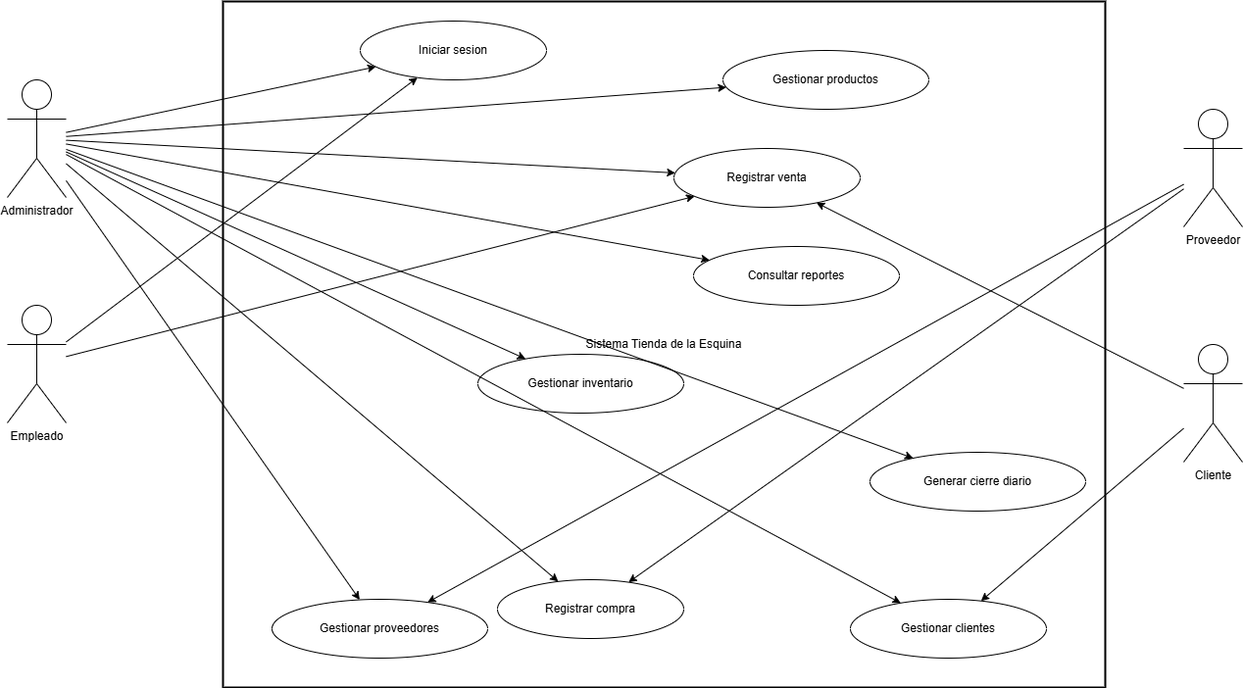
The draw.io diagram docs-site/img/01-casos-uso-general.drawio.png in AYPG2023/tienda-esquina-system-analysis, before a commit. Source tidied: cells renumbered, new cells last; positions are measured from the earlier drawing's top-left corner, leaving out a move shared by most shapes. Source of this version:
```xml
<mxGraphModel>
  <root>
    <mxCell id="0" />
    <mxCell id="1" parent="0" />
    <mxCell id="2" value="Sistema Tienda de la Esquina" style="rounded=0;whiteSpace=wrap;html=1;strokeWidth=2;" parent="1" vertex="1">
      <mxGeometry x="220" width="900" height="700" as="geometry" />
    </mxCell>
    <mxCell id="3" value="Administrador" style="shape=umlActor;verticalLabelPosition=bottom;verticalAlign=top;html=1;" parent="1" vertex="1">
      <mxGeometry y="80" width="60" height="120" as="geometry" />
    </mxCell>
    <mxCell id="4" value="Empleado" style="shape=umlActor;verticalLabelPosition=bottom;verticalAlign=top;html=1;" parent="1" vertex="1">
      <mxGeometry y="310" width="60" height="120" as="geometry" />
    </mxCell>
    <mxCell id="5" value="Proveedor" style="shape=umlActor;verticalLabelPosition=bottom;verticalAlign=top;html=1;" parent="1" vertex="1">
      <mxGeometry x="1200" y="110" width="60" height="120" as="geometry" />
    </mxCell>
    <mxCell id="6" value="Cliente" style="shape=umlActor;verticalLabelPosition=bottom;verticalAlign=top;html=1;" parent="1" vertex="1">
      <mxGeometry x="1200" y="350" width="60" height="120" as="geometry" />
    </mxCell>
    <mxCell id="7" value="Iniciar sesion" style="ellipse;whiteSpace=wrap;html=1;" parent="1" vertex="1">
      <mxGeometry x="360" y="20" width="190" height="60" as="geometry" />
    </mxCell>
    <mxCell id="8" value="Gestionar productos" style="ellipse;whiteSpace=wrap;html=1;" parent="1" vertex="1">
      <mxGeometry x="730" y="50" width="210" height="60" as="geometry" />
    </mxCell>
    <mxCell id="9" value="Gestionar inventario" style="ellipse;whiteSpace=wrap;html=1;" parent="1" vertex="1">
      <mxGeometry x="480" y="360" width="210" height="60" as="geometry" />
    </mxCell>
    <mxCell id="10" value="Registrar compra" style="ellipse;whiteSpace=wrap;html=1;" parent="1" vertex="1">
      <mxGeometry x="500" y="590" width="190" height="60" as="geometry" />
    </mxCell>
    <mxCell id="11" value="Registrar venta" style="ellipse;whiteSpace=wrap;html=1;" parent="1" vertex="1">
      <mxGeometry x="680" y="150" width="190" height="60" as="geometry" />
    </mxCell>
    <mxCell id="12" value="Consultar reportes" style="ellipse;whiteSpace=wrap;html=1;" parent="1" vertex="1">
      <mxGeometry x="700" y="250" width="210" height="60" as="geometry" />
    </mxCell>
    <mxCell id="13" value="Generar cierre diario" style="ellipse;whiteSpace=wrap;html=1;" parent="1" vertex="1">
      <mxGeometry x="880" y="460" width="220" height="60" as="geometry" />
    </mxCell>
    <mxCell id="14" value="Gestionar clientes" style="ellipse;whiteSpace=wrap;html=1;" parent="1" vertex="1">
      <mxGeometry x="860" y="610" width="200" height="60" as="geometry" />
    </mxCell>
    <mxCell id="15" value="Gestionar proveedores" style="ellipse;whiteSpace=wrap;html=1;" parent="1" vertex="1">
      <mxGeometry x="270" y="610" width="220" height="60" as="geometry" />
    </mxCell>
    <mxCell id="16" parent="1" edge="1" source="3" target="7">
      <mxGeometry relative="1" as="geometry" />
    </mxCell>
    <mxCell id="17" parent="1" edge="1" source="4" target="7">
      <mxGeometry relative="1" as="geometry" />
    </mxCell>
    <mxCell id="18" parent="1" edge="1" source="3" target="8">
      <mxGeometry relative="1" as="geometry" />
    </mxCell>
    <mxCell id="19" parent="1" edge="1" source="3" target="9">
      <mxGeometry relative="1" as="geometry" />
    </mxCell>
    <mxCell id="20" parent="1" edge="1" source="3" target="10">
      <mxGeometry relative="1" as="geometry" />
    </mxCell>
    <mxCell id="21" parent="1" edge="1" source="4" target="11">
      <mxGeometry relative="1" as="geometry" />
    </mxCell>
    <mxCell id="22" parent="1" edge="1" source="3" target="11">
      <mxGeometry relative="1" as="geometry" />
    </mxCell>
    <mxCell id="23" parent="1" edge="1" source="3" target="12">
      <mxGeometry relative="1" as="geometry" />
    </mxCell>
    <mxCell id="24" parent="1" edge="1" source="3" target="13">
      <mxGeometry relative="1" as="geometry" />
    </mxCell>
    <mxCell id="25" parent="1" edge="1" source="3" target="14">
      <mxGeometry relative="1" as="geometry" />
    </mxCell>
    <mxCell id="26" parent="1" edge="1" source="3" target="15">
      <mxGeometry relative="1" as="geometry" />
    </mxCell>
    <mxCell id="27" parent="1" edge="1" source="5" target="10">
      <mxGeometry relative="1" as="geometry" />
    </mxCell>
    <mxCell id="28" parent="1" edge="1" source="5" target="15">
      <mxGeometry relative="1" as="geometry" />
    </mxCell>
    <mxCell id="29" parent="1" edge="1" source="6" target="11">
      <mxGeometry relative="1" as="geometry" />
    </mxCell>
    <mxCell id="30" parent="1" edge="1" source="6" target="14">
      <mxGeometry relative="1" as="geometry" />
    </mxCell>
  </root>
</mxGraphModel>
```
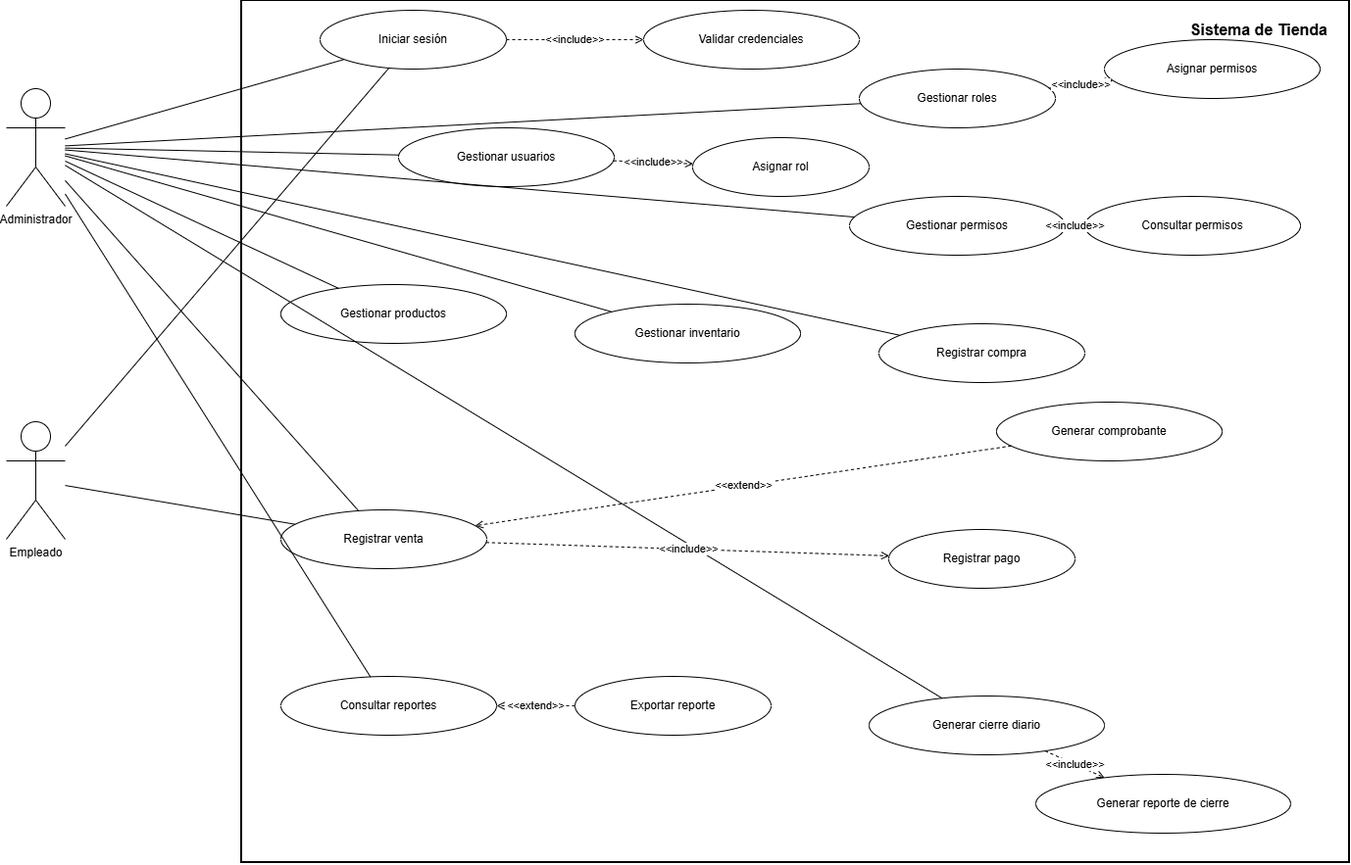
The same file after the commit.

What changed in the source:
```diff
@@ -2,92 +2,131 @@
   <root>
     <mxCell id="0" />
     <mxCell id="1" parent="0" />
-    <mxCell id="2" value="Sistema Tienda de la Esquina" style="rounded=0;whiteSpace=wrap;html=1;strokeWidth=2;" parent="1" vertex="1">
-      <mxGeometry x="220" width="900" height="700" as="geometry" />
+    <mxCell id="2" style="rounded=0;whiteSpace=wrap;html=1;strokeWidth=2;" parent="1" vertex="1">
+      <mxGeometry x="240" y="20" width="1130" height="880" as="geometry" />
     </mxCell>
+    <mxCell id="31" value="Sistema de Tienda" style="text;html=1;strokeColor=none;fillColor=none;align=right;verticalAlign=middle;whiteSpace=wrap;rounded=0;fontStyle=1;fontSize=16;" parent="1" vertex="1">
+      <mxGeometry x="1050" y="35" width="300" height="30" as="geometry" />
+    </mxCell>
+    <mxCell id="32" value="Administrador" style="shape=umlActor;verticalLabelPosition=bottom;verticalAlign=top;html=1;" parent="1" vertex="1">
+      <mxGeometry y="110" width="60" height="120" as="geometry" />
+    </mxCell>
+    <mxCell id="33" value="Empleado" style="shape=umlActor;verticalLabelPosition=bottom;verticalAlign=top;html=1;" parent="1" vertex="1">
+      <mxGeometry y="450" width="60" height="120" as="geometry" />
+    </mxCell>
+    <mxCell id="34" value="Iniciar sesión" style="ellipse;whiteSpace=wrap;html=1;" parent="1" vertex="1">
+      <mxGeometry x="320" y="30" width="190" height="60" as="geometry" />
+    </mxCell>
+    <mxCell id="35" value="Validar credenciales" style="ellipse;whiteSpace=wrap;html=1;" parent="1" vertex="1">
+      <mxGeometry x="650" y="30" width="220" height="60" as="geometry" />
+    </mxCell>
+    <mxCell id="36" value="Gestionar usuarios" style="ellipse;whiteSpace=wrap;html=1;" parent="1" vertex="1">
+      <mxGeometry x="400" y="150" width="220" height="60" as="geometry" />
+    </mxCell>
+    <mxCell id="37" value="Asignar rol" style="ellipse;whiteSpace=wrap;html=1;" parent="1" vertex="1">
+      <mxGeometry x="700" y="160" width="180" height="60" as="geometry" />
+    </mxCell>
+    <mxCell id="38" value="Gestionar roles" style="ellipse;whiteSpace=wrap;html=1;" parent="1" vertex="1">
+      <mxGeometry x="870" y="90" width="200" height="60" as="geometry" />
+    </mxCell>
+    <mxCell id="39" value="Asignar permisos" style="ellipse;whiteSpace=wrap;html=1;" parent="1" vertex="1">
+      <mxGeometry x="1120" y="60" width="220" height="60" as="geometry" />
+    </mxCell>
+    <mxCell id="40" value="Gestionar permisos" style="ellipse;whiteSpace=wrap;html=1;" parent="1" vertex="1">
+      <mxGeometry x="860" y="220" width="220" height="60" as="geometry" />
+    </mxCell>
+    <mxCell id="41" value="Consultar permisos" style="ellipse;whiteSpace=wrap;html=1;" parent="1" vertex="1">
+      <mxGeometry x="1100" y="220" width="220" height="60" as="geometry" />
+    </mxCell>
+    <mxCell id="8" value="Gestionar productos" style="ellipse;whiteSpace=wrap;html=1;" parent="1" vertex="1">
+      <mxGeometry x="280" y="310" width="230" height="60" as="geometry" />
+    </mxCell>
+    <mxCell id="9" value="Gestionar inventario" style="ellipse;whiteSpace=wrap;html=1;" parent="1" vertex="1">
+      <mxGeometry x="580" y="330" width="230" height="60" as="geometry" />
+    </mxCell>
+    <mxCell id="10" value="Registrar compra" style="ellipse;whiteSpace=wrap;html=1;" parent="1" vertex="1">
+      <mxGeometry x="890" y="350" width="210" height="60" as="geometry" />
+    </mxCell>
+    <mxCell id="11" value="Registrar venta" style="ellipse;whiteSpace=wrap;html=1;" parent="1" vertex="1">
+      <mxGeometry x="280" y="540" width="210" height="60" as="geometry" />
+    </mxCell>
+    <mxCell id="42" value="Registrar pago" style="ellipse;whiteSpace=wrap;html=1;" parent="1" vertex="1">
+      <mxGeometry x="900" y="560" width="190" height="60" as="geometry" />
+    </mxCell>
+    <mxCell id="43" value="Generar comprobante" style="ellipse;whiteSpace=wrap;html=1;" parent="1" vertex="1">
+      <mxGeometry x="1010" y="430" width="230" height="60" as="geometry" />
+    </mxCell>
+    <mxCell id="12" value="Consultar reportes" style="ellipse;whiteSpace=wrap;html=1;" parent="1" vertex="1">
+      <mxGeometry x="280" y="710" width="220" height="60" as="geometry" />
+    </mxCell>
+    <mxCell id="44" value="Exportar reporte" style="ellipse;whiteSpace=wrap;html=1;" parent="1" vertex="1">
+      <mxGeometry x="580" y="710" width="200" height="60" as="geometry" />
+    </mxCell>
+    <mxCell id="13" value="Generar cierre diario" style="ellipse;whiteSpace=wrap;html=1;" parent="1" vertex="1">
+      <mxGeometry x="880" y="730" width="240" height="60" as="geometry" />
+    </mxCell>
+    <mxCell id="45" value="Generar reporte de cierre" style="ellipse;whiteSpace=wrap;html=1;" parent="1" vertex="1">
+      <mxGeometry x="1050" y="810" width="260" height="60" as="geometry" />
+    </mxCell>
-    <mxCell id="3" value="Administrador" style="shape=umlActor;verticalLabelPosition=bottom;verticalAlign=top;html=1;" parent="1" vertex="1">
-      <mxGeometry y="80" width="60" height="120" as="geometry" />
+    <mxCell id="3" style="endArrow=none;html=1;" parent="1" edge="1" source="32" target="34">
+      <mxGeometry relative="1" as="geometry" />
     </mxCell>
-    <mxCell id="4" value="Empleado" style="shape=umlActor;verticalLabelPosition=bottom;verticalAlign=top;html=1;" parent="1" vertex="1">
-      <mxGeometry y="310" width="60" height="120" as="geometry" />
+    <mxCell id="4" style="endArrow=none;html=1;" parent="1" edge="1" source="33" target="34">
+      <mxGeometry relative="1" as="geometry" />
     </mxCell>
-    <mxCell id="5" value="Proveedor" style="shape=umlActor;verticalLabelPosition=bottom;verticalAlign=top;html=1;" parent="1" vertex="1">
-      <mxGeometry x="1200" y="110" width="60" height="120" as="geometry" />
+    <mxCell id="5" style="endArrow=none;html=1;" parent="1" edge="1" source="32" target="36">
+      <mxGeometry relative="1" as="geometry" />
     </mxCell>
-    <mxCell id="6" value="Cliente" style="shape=umlActor;verticalLabelPosition=bottom;verticalAlign=top;html=1;" parent="1" vertex="1">
-      <mxGeometry x="1200" y="350" width="60" height="120" as="geometry" />
+    <mxCell id="6" style="endArrow=none;html=1;" parent="1" edge="1" source="32" target="38">
+      <mxGeometry relative="1" as="geometry" />
     </mxCell>
-    <mxCell id="7" value="Iniciar sesion" style="ellipse;whiteSpace=wrap;html=1;" parent="1" vertex="1">
-      <mxGeometry x="360" y="20" width="190" height="60" as="geometry" />
-    </mxCell>
-    <mxCell id="8" value="Gestionar productos" style="ellipse;whiteSpace=wrap;html=1;" parent="1" vertex="1">
-      <mxGeometry x="730" y="50" width="210" height="60" as="geometry" />
-    </mxCell>
-    <mxCell id="9" value="Gestionar inventario" style="ellipse;whiteSpace=wrap;html=1;" parent="1" vertex="1">
-      <mxGeometry x="480" y="360" width="210" height="60" as="geometry" />
-    </mxCell>
-    <mxCell id="10" value="Registrar compra" style="ellipse;whiteSpace=wrap;html=1;" parent="1" vertex="1">
-      <mxGeometry x="500" y="590" width="190" height="60" as="geometry" />
-    </mxCell>
-    <mxCell id="11" value="Registrar venta" style="ellipse;whiteSpace=wrap;html=1;" parent="1" vertex="1">
-      <mxGeometry x="680" y="150" width="190" height="60" as="geometry" />
-    </mxCell>
-    <mxCell id="12" value="Consultar reportes" style="ellipse;whiteSpace=wrap;html=1;" parent="1" vertex="1">
-      <mxGeometry x="700" y="250" width="210" height="60" as="geometry" />
-    </mxCell>
-    <mxCell id="13" value="Generar cierre diario" style="ellipse;whiteSpace=wrap;html=1;" parent="1" vertex="1">
-      <mxGeometry x="880" y="460" width="220" height="60" as="geometry" />
-    </mxCell>
-    <mxCell id="14" value="Gestionar clientes" style="ellipse;whiteSpace=wrap;html=1;" parent="1" vertex="1">
-      <mxGeometry x="860" y="610" width="200" height="60" as="geometry" />
-    </mxCell>
-    <mxCell id="15" value="Gestionar proveedores" style="ellipse;whiteSpace=wrap;html=1;" parent="1" vertex="1">
-      <mxGeometry x="270" y="610" width="220" height="60" as="geometry" />
-    </mxCell>
-    <mxCell id="16" parent="1" edge="1" source="3" target="7">
-      <mxGeometry relative="1" as="geometry" />
-    </mxCell>
-    <mxCell id="17" parent="1" edge="1" source="4" target="7">
-      <mxGeometry relative="1" as="geometry" />
-    </mxCell>
-    <mxCell id="18" parent="1" edge="1" source="3" target="8">
-      <mxGeometry relative="1" as="geometry" />
-    </mxCell>
-    <mxCell id="19" parent="1" edge="1" source="3" target="9">
-      <mxGeometry relative="1" as="geometry" />
-    </mxCell>
-    <mxCell id="20" parent="1" edge="1" source="3" target="10">
-      <mxGeometry relative="1" as="geometry" />
-    </mxCell>
-    <mxCell id="21" parent="1" edge="1" source="4" target="11">
-      <mxGeometry relative="1" as="geometry" />
-    </mxCell>
-    <mxCell id="22" parent="1" edge="1" source="3" target="11">
-      <mxGeometry relative="1" as="geometry" />
-    </mxCell>
-    <mxCell id="23" parent="1" edge="1" source="3" target="12">
-      <mxGeometry relative="1" as="geometry" />
-    </mxCell>
-    <mxCell id="24" parent="1" edge="1" source="3" target="13">
-      <mxGeometry relative="1" as="geometry" />
-    </mxCell>
-    <mxCell id="25" parent="1" edge="1" source="3" target="14">
-      <mxGeometry relative="1" as="geometry" />
-    </mxCell>
-    <mxCell id="26" parent="1" edge="1" source="3" target="15">
-      <mxGeometry relative="1" as="geometry" />
-    </mxCell>
-    <mxCell id="27" parent="1" edge="1" source="5" target="10">
-      <mxGeometry relative="1" as="geometry" />
-    </mxCell>
-    <mxCell id="28" parent="1" edge="1" source="5" target="15">
-      <mxGeometry relative="1" as="geometry" />
-    </mxCell>
-    <mxCell id="29" parent="1" edge="1" source="6" target="11">
-      <mxGeometry relative="1" as="geometry" />
-    </mxCell>
-    <mxCell id="30" parent="1" edge="1" source="6" target="14">
-      <mxGeometry relative="1" as="geometry" />
-    </mxCell>
+    <mxCell id="46" style="endArrow=none;html=1;" parent="1" edge="1" source="32" target="40">
+      <mxGeometry relative="1" as="geometry" />
+    </mxCell>
+    <mxCell id="47" style="endArrow=none;html=1;" parent="1" edge="1" source="32" target="8">
+      <mxGeometry relative="1" as="geometry" />
+    </mxCell>
+    <mxCell id="48" style="endArrow=none;html=1;" parent="1" edge="1" source="32" target="9">
+      <mxGeometry relative="1" as="geometry" />
+    </mxCell>
+    <mxCell id="49" style="endArrow=none;html=1;" parent="1" edge="1" source="32" target="10">
+      <mxGeometry relative="1" as="geometry" />
+    </mxCell>
+    <mxCell id="50" style="endArrow=none;html=1;" parent="1" edge="1" source="32" target="11">
+      <mxGeometry relative="1" as="geometry" />
+    </mxCell>
+    <mxCell id="51" style="endArrow=none;html=1;" parent="1" edge="1" source="33" target="11">
+      <mxGeometry relative="1" as="geometry" />
+    </mxCell>
+    <mxCell id="52" style="endArrow=none;html=1;" parent="1" edge="1" source="32" target="12">
+      <mxGeometry relative="1" as="geometry" />
+    </mxCell>
+    <mxCell id="53" style="endArrow=none;html=1;" parent="1" edge="1" source="32" target="13">
+      <mxGeometry relative="1" as="geometry" />
+    </mxCell>
+    <mxCell id="54" value="&amp;lt;&amp;lt;include&amp;gt;&amp;gt;" style="dashed=1;endArrow=open;html=1;" parent="1" edge="1" source="34" target="35">
+      <mxGeometry relative="1" as="geometry" />
+    </mxCell>
+    <mxCell id="55" value="&amp;lt;&amp;lt;include&amp;gt;&amp;gt;" style="dashed=1;endArrow=open;html=1;" parent="1" edge="1" source="36" target="37">
+      <mxGeometry relative="1" as="geometry" />
+    </mxCell>
+    <mxCell id="56" value="&amp;lt;&amp;lt;include&amp;gt;&amp;gt;" style="dashed=1;endArrow=open;html=1;" parent="1" edge="1" source="38" target="39">
+      <mxGeometry relative="1" as="geometry" />
+    </mxCell>
+    <mxCell id="57" value="&amp;lt;&amp;lt;include&amp;gt;&amp;gt;" style="dashed=1;endArrow=open;html=1;" parent="1" edge="1" source="40" target="41">
+      <mxGeometry relative="1" as="geometry" />
+    </mxCell>
+    <mxCell id="58" value="&amp;lt;&amp;lt;include&amp;gt;&amp;gt;" style="dashed=1;endArrow=open;html=1;" parent="1" edge="1" source="11" target="42">
+      <mxGeometry relative="1" as="geometry" />
+    </mxCell>
+    <mxCell id="59" value="&amp;lt;&amp;lt;extend&amp;gt;&amp;gt;" style="dashed=1;endArrow=open;html=1;" parent="1" edge="1" source="43" target="11">
+      <mxGeometry relative="1" as="geometry" />
+    </mxCell>
+    <mxCell id="60" value="&amp;lt;&amp;lt;extend&amp;gt;&amp;gt;" style="dashed=1;endArrow=open;html=1;" parent="1" edge="1" source="44" target="12">
+      <mxGeometry relative="1" as="geometry" />
+    </mxCell>
+    <mxCell id="61" value="&amp;lt;&amp;lt;include&amp;gt;&amp;gt;" style="dashed=1;endArrow=open;html=1;" parent="1" edge="1" source="13" target="45">
+      <mxGeometry relative="1" as="geometry" />
+    </mxCell>
   </root>
 </mxGraphModel>
```
